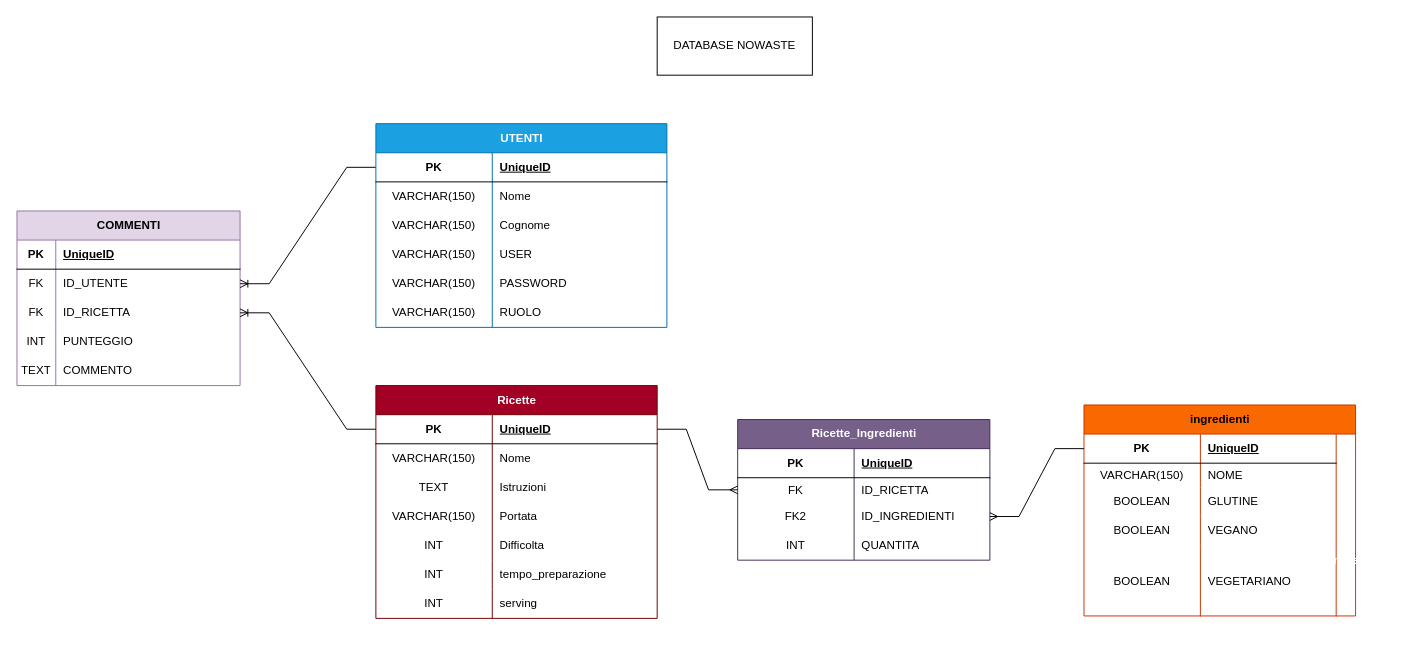
Earlier version of the draw.io diagram src/main/java/com/NoWaste/NoWaste/DAO/DB.drawio (HassanAlSeblani/NoWasteServer). Source tidied: cells renumbered, new cells numbered last; positions are measured from the earlier drawing's top-left corner, leaving out a move shared by most shapes. Both pictures are drawn from the tidied source at 97%, with x=0, y=0 at pixel (16, 16).
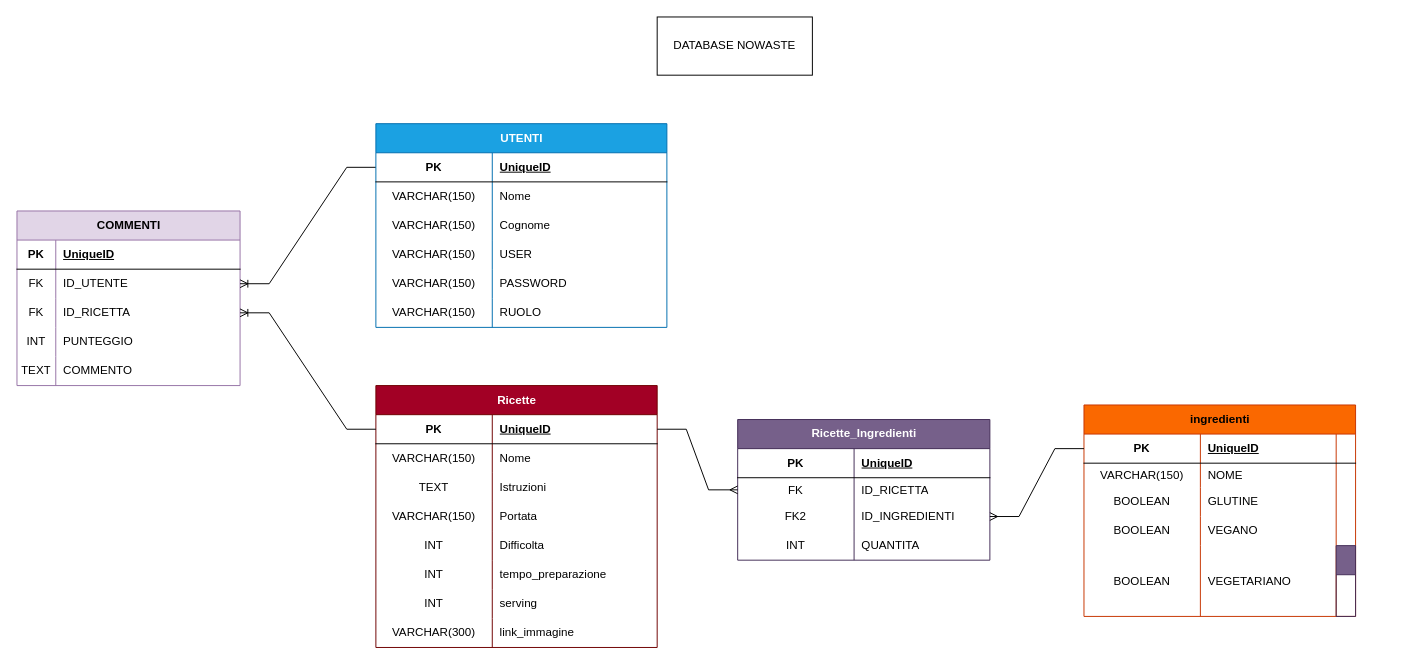
After the change.

Commit message (it also covers changes not shown here):
utime modifice entities contex e fine Ricette (DAO, Service & controller)

Diff of the diagram source:
```diff
@@
     <mxCell id="19" value="Ricette" style="shape=table;startSize=30;childLayout=tableLayout;rowLines=0;fontStyle=1;align=center;html=1;fillColor=#a20025;fontColor=#ffffff;strokeColor=#6F0000;" parent="1" vertex="1">
-      <mxGeometry x="370" y="380" width="290" height="240" as="geometry" />
+      <mxGeometry x="370" y="380" width="290" height="270" as="geometry" />
     </mxCell>
@@
+    <mxCell id="94" style="shape=tableRow;horizontal=0;startSize=0;swimlaneHead=0;swimlaneBody=0;fillColor=none;top=0;left=0;right=0;bottom=0;" parent="19" vertex="1">
+      <mxGeometry y="240" width="290" height="30" as="geometry" />
+    </mxCell>
+    <mxCell id="95" value="VARCHAR(300)" style="shape=partialRectangle;fillColor=none;top=0;left=0;bottom=0;right=0;overflow=hidden;whiteSpace=wrap;html=1;" parent="94" vertex="1">
+      <mxGeometry width="120" height="30" as="geometry" />
+    </mxCell>
+    <mxCell id="96" value="link_immagine" style="shape=partialRectangle;fillColor=none;top=0;left=0;bottom=0;right=0;align=left;spacingLeft=6;overflow=hidden;whiteSpace=wrap;html=1;" parent="94" vertex="1">
+      <mxGeometry x="120" width="170" height="30" as="geometry" />
+    </mxCell>
@@
     <mxCell id="75" value="ingredienti" style="shape=table;startSize=30;childLayout=tableLayout;rowLines=0;fontStyle=1;align=center;html=1;fillColor=#fa6800;strokeColor=#C73500;fontColor=#000000;" parent="1" vertex="1">
-      <mxGeometry x="1100" y="400" width="280" height="217.5" as="geometry" />
+      <mxGeometry x="1100" y="400" width="280" height="218" as="geometry" />
     </mxCell>
     <mxCell id="76" style="shape=tableRow;horizontal=0;startSize=0;swimlaneHead=0;swimlaneBody=0;fillColor=none;points=[[0,0.5],[1,0.5]];portConstraint=eastwest;top=0;left=0;right=0;bottom=1;" parent="75" vertex="1">
-      <mxGeometry y="30" width="260" height="30" as="geometry" />
+      <mxGeometry y="30" width="280" height="30" as="geometry" />
     </mxCell>
@@
     <mxCell id="78" value="UniqueID" style="shape=partialRectangle;fillColor=none;top=0;left=0;bottom=0;right=0;align=left;spacingLeft=6;fontStyle=5;overflow=hidden;whiteSpace=wrap;html=1;" parent="76" vertex="1">
-      <mxGeometry x="120" width="140" height="30" as="geometry" />
+      <mxGeometry x="120" width="160" height="30" as="geometry" />
     </mxCell>
     <mxCell id="79" style="shape=tableRow;horizontal=0;startSize=0;swimlaneHead=0;swimlaneBody=0;fillColor=none;top=0;left=0;right=0;bottom=0;" parent="75" vertex="1">
-      <mxGeometry y="60" width="260" height="25" as="geometry" />
+      <mxGeometry y="60" width="280" height="25" as="geometry" />
     </mxCell>
@@
     <mxCell id="81" value="NOME" style="shape=partialRectangle;fillColor=none;top=0;left=0;bottom=0;right=0;align=left;spacingLeft=6;overflow=hidden;whiteSpace=wrap;html=1;" parent="79" vertex="1">
-      <mxGeometry x="120" width="140" height="25" as="geometry" />
+      <mxGeometry x="120" width="160" height="25" as="geometry" />
     </mxCell>
     <mxCell id="82" style="shape=tableRow;horizontal=0;startSize=0;swimlaneHead=0;swimlaneBody=0;fillColor=none;top=0;left=0;right=0;bottom=0;" parent="75" vertex="1">
-      <mxGeometry y="85" width="260" height="30" as="geometry" />
+      <mxGeometry y="85" width="280" height="30" as="geometry" />
     </mxCell>
@@
     <mxCell id="84" value="GLUTINE" style="shape=partialRectangle;fillColor=none;top=0;left=0;bottom=0;right=0;align=left;spacingLeft=6;overflow=hidden;whiteSpace=wrap;html=1;" parent="82" vertex="1">
-      <mxGeometry x="120" width="140" height="30" as="geometry" />
+      <mxGeometry x="120" width="160" height="30" as="geometry" />
     </mxCell>
     <mxCell id="85" style="shape=tableRow;horizontal=0;startSize=0;swimlaneHead=0;swimlaneBody=0;fillColor=none;top=0;left=0;right=0;bottom=0;" parent="75" vertex="1">
-      <mxGeometry y="115" width="260" height="30" as="geometry" />
+      <mxGeometry y="115" width="280" height="30" as="geometry" />
     </mxCell>
@@
     <mxCell id="87" value="VEGANO" style="shape=partialRectangle;fillColor=none;top=0;left=0;bottom=0;right=0;align=left;spacingLeft=6;overflow=hidden;whiteSpace=wrap;html=1;" parent="85" vertex="1">
-      <mxGeometry x="120" width="140" height="30" as="geometry" />
+      <mxGeometry x="120" width="160" height="30" as="geometry" />
     </mxCell>
     <mxCell id="88" style="shape=tableRow;horizontal=0;startSize=0;swimlaneHead=0;swimlaneBody=0;fillColor=none;top=0;left=0;right=0;bottom=0;" parent="75" vertex="1">
-      <mxGeometry y="145" width="260" height="73" as="geometry" />
+      <mxGeometry y="145" width="280" height="73" as="geometry" />
     </mxCell>
@@
-    <mxCell id="91" value="Ricette_Ingredienti" style="shape=table;startSize=30;childLayout=tableLayout;rowLines=0;fontStyle=1;align=center;html=1;fillColor=#76608a;fontColor=#ffffff;strokeColor=#432D57;" parent="88" vertex="1">
-      <mxGeometry x="260" height="73" as="geometry" />
+    <mxCell id="91" style="shape=table;startSize=30;childLayout=tableLayout;rowLines=0;fontStyle=1;align=center;html=1;fillColor=#76608a;fontColor=#ffffff;strokeColor=#432D57;" parent="88" vertex="1" collapsed="1">
+      <mxGeometry x="260" width="20" height="73" as="geometry" />
     </mxCell>
```
